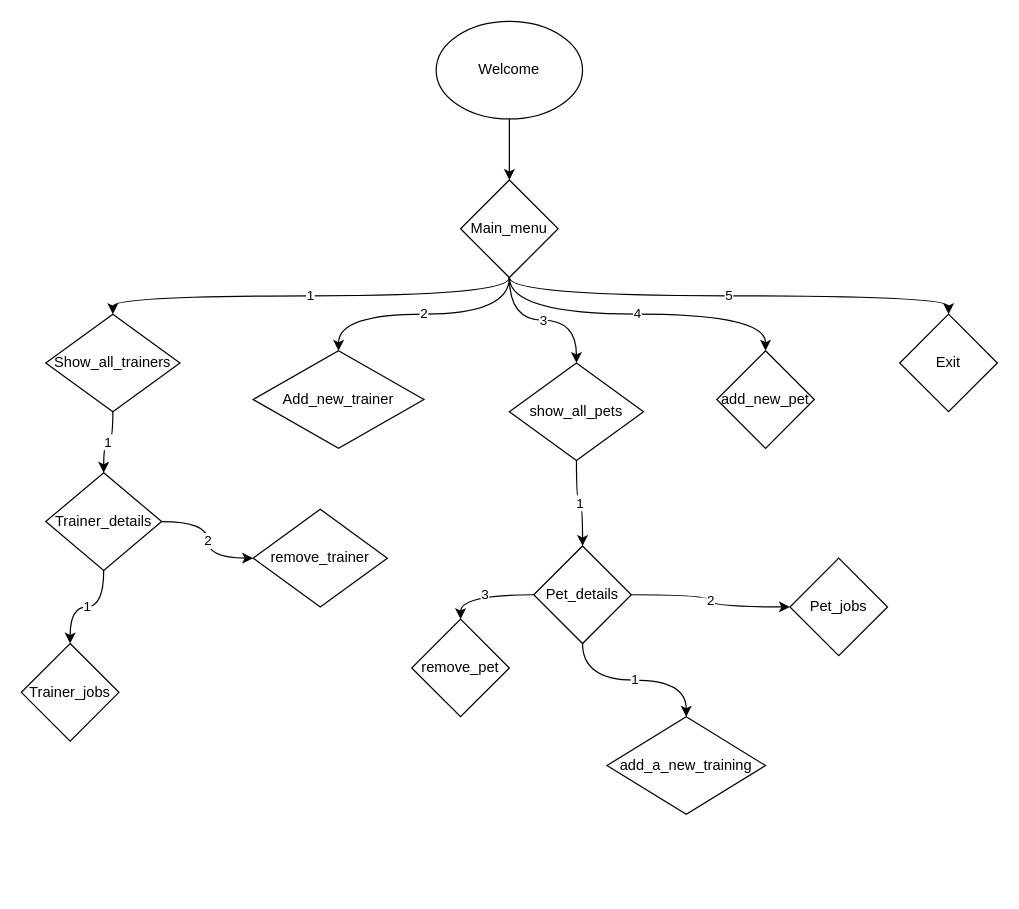
Above: server/cli_flow.drawio in TMcCann2019/Phase-3-Project (draw.io), before the change. Source tidied: cells renumbered, new cells numbered last; positions are measured from the earlier drawing's top-left corner, leaving out a move shared by most shapes. Both pictures are drawn from the tidied source at 122%, with x=0, y=0 at pixel (21, 21).
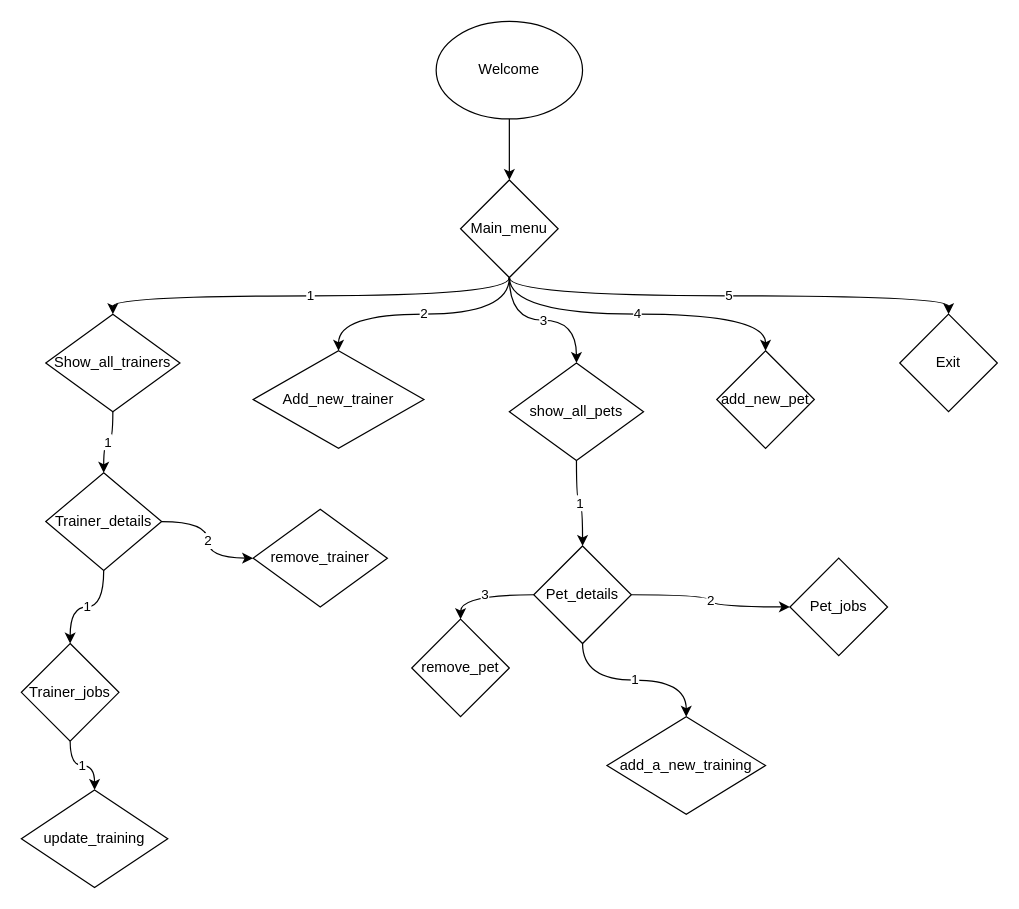
Above is the later version.

Unchanged cells that the change refers to:
```xml
<mxCell id="25" value="Trainer_jobs" style="rhombus;whiteSpace=wrap;html=1;" parent="1" vertex="1">
  <mxGeometry y="510" width="80" height="80" as="geometry" />
</mxCell>
```

Diff of the diagram source:
```diff
@@
+    <mxCell id="29" value="1" style="edgeStyle=orthogonalEdgeStyle;curved=1;html=1;exitX=0.5;exitY=1;exitDx=0;exitDy=0;entryX=0.5;entryY=0;entryDx=0;entryDy=0;" parent="1" edge="1" source="25" target="30">
+      <mxGeometry relative="1" as="geometry" />
+    </mxCell>
@@
+    <mxCell id="30" value="update_training" style="rhombus;whiteSpace=wrap;html=1;" parent="1" vertex="1">
+      <mxGeometry y="630" width="120" height="80" as="geometry" />
+    </mxCell>
```
